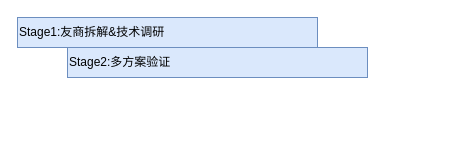
Above: WorkSpace/ObjectTrack/2026年-track.drawio in mailonghua/drawio (draw.io), before the change. Source tidied: cells renumbered, new cells numbered last; positions are measured from the earlier drawing's top-left corner, leaving out a move shared by most shapes. Both pictures are drawn from the tidied source at 100%, with x=0, y=0 at pixel (17, 17).
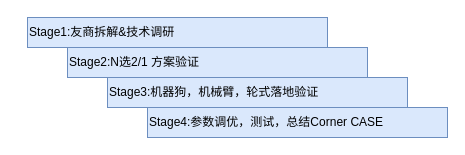
The same diagram, later.

Diff of the diagram source:
```diff
@@
 <mxGraphModel>
   <root>
     <mxCell id="0" />
     <mxCell id="1" parent="0" />
     <mxCell id="2" value="Stage1:友商拆解&amp;amp;技术调研" style="rounded=0;whiteSpace=wrap;html=1;align=left;fillColor=#dae8fc;strokeColor=#6c8ebf;" parent="1" vertex="1">
-      <mxGeometry width="300" height="30" as="geometry" />
+      <mxGeometry x="10" width="300" height="30" as="geometry" />
     </mxCell>
-    <mxCell id="3" value="Stage2:多方案验证" style="rounded=0;whiteSpace=wrap;html=1;align=left;fillColor=#dae8fc;strokeColor=#6c8ebf;" parent="1" vertex="1">
+    <mxCell id="3" value="Stage2:N选2/1 方案验证" style="rounded=0;whiteSpace=wrap;html=1;align=left;fillColor=#dae8fc;strokeColor=#6c8ebf;" parent="1" vertex="1">
       <mxGeometry x="50" y="30" width="300" height="30" as="geometry" />
     </mxCell>
+    <mxCell id="4" value="Stage3:机器狗，机械臂，轮式落地验证" style="rounded=0;whiteSpace=wrap;html=1;align=left;fillColor=#dae8fc;strokeColor=#6c8ebf;" parent="1" vertex="1">
+      <mxGeometry x="90" y="60" width="300" height="30" as="geometry" />
+    </mxCell>
+    <mxCell id="5" value="Stage4:参数调优，测试，总结Corner CASE" style="rounded=0;whiteSpace=wrap;html=1;align=left;fillColor=#dae8fc;strokeColor=#6c8ebf;" parent="1" vertex="1">
+      <mxGeometry x="130" y="90" width="300" height="30" as="geometry" />
+    </mxCell>
   </root>
 </mxGraphModel>
```
